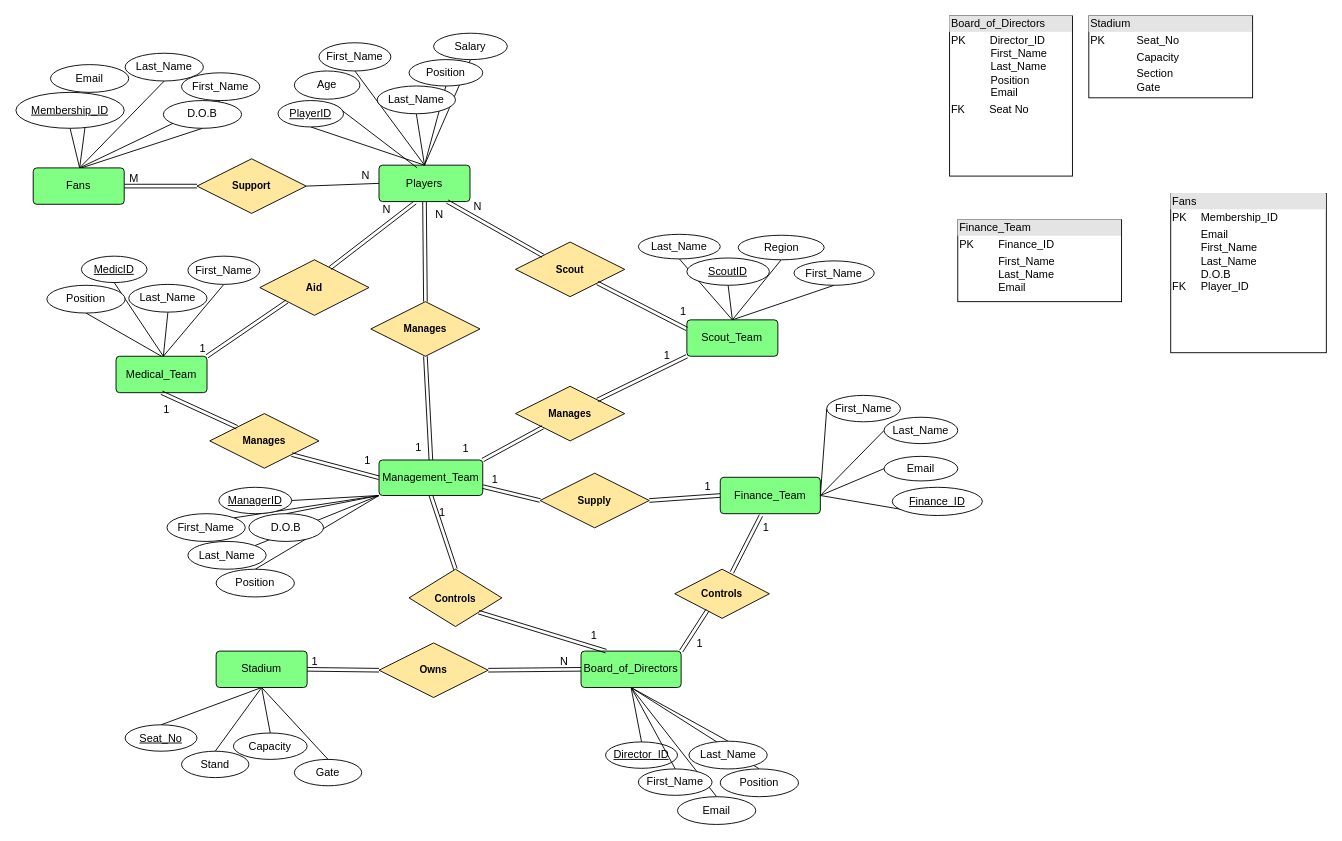
The draw.io diagram ERDiagramupdated.drawio in Smithg8/Databases, before the edit. Source tidied: cells renumbered, new cells numbered last; positions are measured from the earlier drawing's top-left corner, leaving out a move shared by most shapes. Both pictures are drawn from the tidied source at 91%, with x=0, y=0 at pixel (15, 15).
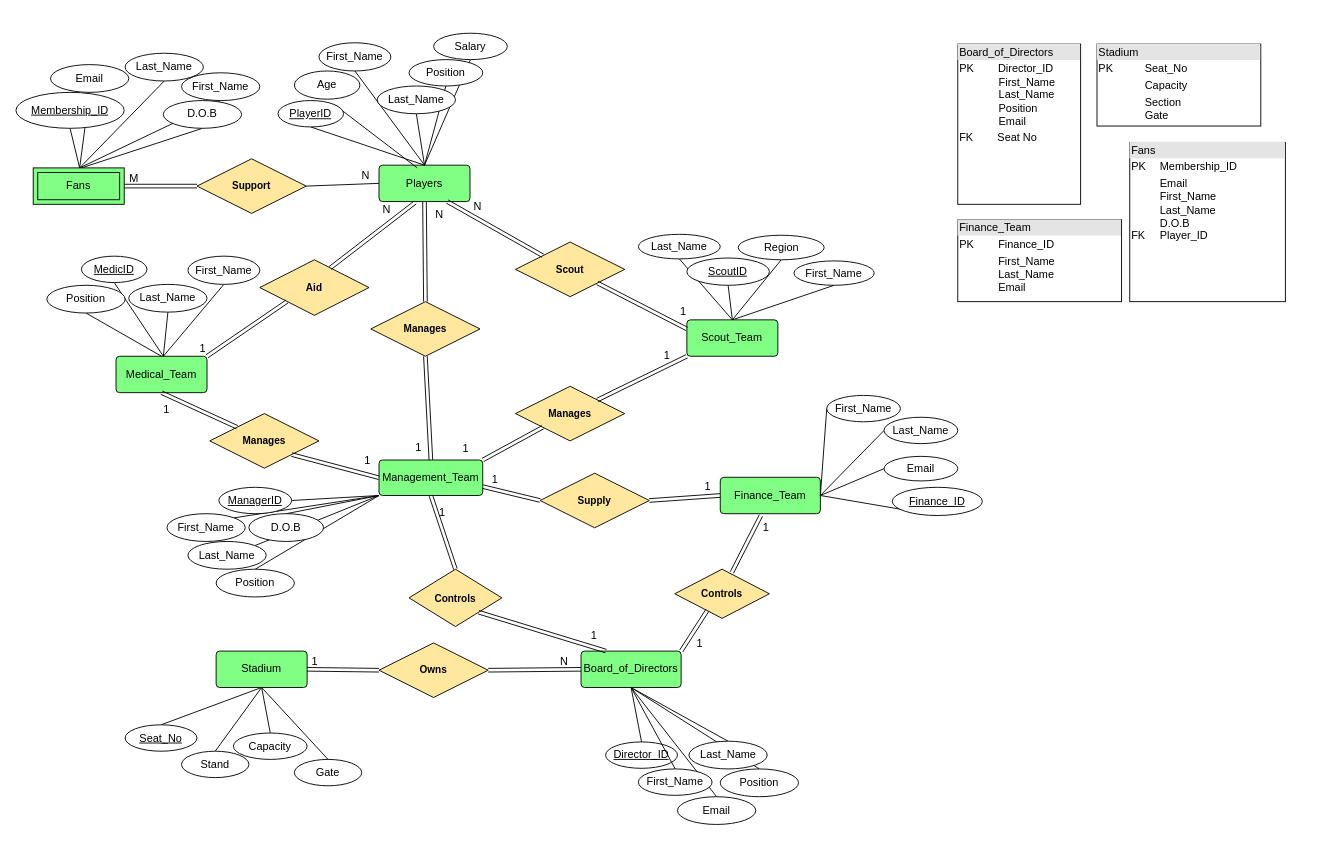
The same page after the edit.

The change refers to these unchanged cells:
```xml
<mxCell id="90" value="Support" style="shape=rhombus;perimeter=rhombusPerimeter;whiteSpace=wrap;html=1;align=center;fontFamily=Helvetica;fontSize=11;fontColor=default;fillColor=#FFE89E;fontStyle=1;" parent="1" vertex="1">
  <mxGeometry x="199" y="157" width="120" height="60" as="geometry" />
</mxCell>
```

Diff of the diagram source:
```diff
@@
-    <mxCell id="88" style="shape=link;html=1;rounded=0;entryX=0;entryY=0.5;entryDx=0;entryDy=0;exitX=1;exitY=0.5;exitDx=0;exitDy=0;" parent="1" edge="1" source="137" target="90">
-      <mxGeometry relative="1" as="geometry" />
+    <mxCell id="88" style="shape=link;html=1;rounded=0;entryX=0;entryY=0.5;entryDx=0;entryDy=0;exitX=1;exitY=0.5;exitDx=0;exitDy=0;" parent="1" edge="1" target="90">
+      <mxGeometry relative="1" as="geometry">
+        <mxPoint x="119" y="187" as="sourcePoint" />
+      </mxGeometry>
     </mxCell>
@@
     <mxCell id="132" value="&lt;div style=&quot;box-sizing:border-box;width:100%;background:#e4e4e4;padding:2px;&quot;&gt;Board_of_Directors&lt;/div&gt;&lt;table style=&quot;width:100%;font-size:1em;&quot; cellpadding=&quot;2&quot; cellspacing=&quot;0&quot;&gt;&lt;tbody&gt;&lt;tr&gt;&lt;td&gt;PK&amp;nbsp; &amp;nbsp; &amp;nbsp; &amp;nbsp; Director_ID&lt;br&gt;&amp;nbsp; &amp;nbsp; &amp;nbsp; &amp;nbsp; &amp;nbsp; &amp;nbsp; &amp;nbsp;First_Name&lt;br&gt;&amp;nbsp; &amp;nbsp; &amp;nbsp; &amp;nbsp; &amp;nbsp; &amp;nbsp; &amp;nbsp;Last_Name&lt;br&gt;&amp;nbsp; &amp;nbsp; &amp;nbsp; &amp;nbsp; &amp;nbsp; &amp;nbsp; &amp;nbsp;Position&lt;br&gt;&amp;nbsp; &amp;nbsp; &amp;nbsp; &amp;nbsp; &amp;nbsp; &amp;nbsp; &amp;nbsp;Email&lt;/td&gt;&lt;td&gt;&lt;/td&gt;&lt;/tr&gt;&lt;tr&gt;&lt;td&gt;FK&amp;nbsp; &amp;nbsp; &amp;nbsp; &amp;nbsp; Seat No&lt;/td&gt;&lt;td&gt;&lt;br&gt;&lt;/td&gt;&lt;/tr&gt;&lt;tr&gt;&lt;td&gt;&lt;/td&gt;&lt;td&gt;&lt;br&gt;&lt;/td&gt;&lt;/tr&gt;&lt;/tbody&gt;&lt;/table&gt;" style="verticalAlign=top;align=left;overflow=fill;html=1;whiteSpace=wrap;" parent="1" vertex="1">
-      <mxGeometry x="1026" width="135" height="176" as="geometry" />
+      <mxGeometry x="1035" y="31" width="135" height="176" as="geometry" />
     </mxCell>
     <mxCell id="133" value="&lt;div style=&quot;box-sizing:border-box;width:100%;background:#e4e4e4;padding:2px;&quot;&gt;Stadium&lt;/div&gt;&lt;table style=&quot;width:100%;font-size:1em;&quot; cellpadding=&quot;2&quot; cellspacing=&quot;0&quot;&gt;&lt;tbody&gt;&lt;tr&gt;&lt;td&gt;PK&lt;/td&gt;&lt;td&gt;Seat_No&lt;/td&gt;&lt;/tr&gt;&lt;tr&gt;&lt;td&gt;&lt;br&gt;&lt;/td&gt;&lt;td&gt;Capacity&lt;/td&gt;&lt;/tr&gt;&lt;tr&gt;&lt;td&gt;&lt;/td&gt;&lt;td&gt;Section&lt;br&gt;Gate&lt;/td&gt;&lt;/tr&gt;&lt;/tbody&gt;&lt;/table&gt;" style="verticalAlign=top;align=left;overflow=fill;html=1;whiteSpace=wrap;" parent="1" vertex="1">
-      <mxGeometry x="1179" width="180" height="90" as="geometry" />
+      <mxGeometry x="1188" y="31" width="180" height="90" as="geometry" />
     </mxCell>
@@
     <mxCell id="136" value="&lt;div style=&quot;box-sizing:border-box;width:100%;background:#e4e4e4;padding:2px;&quot;&gt;Fans&lt;/div&gt;&lt;table style=&quot;width:100%;font-size:1em;&quot; cellpadding=&quot;2&quot; cellspacing=&quot;0&quot;&gt;&lt;tbody&gt;&lt;tr&gt;&lt;td&gt;PK&lt;/td&gt;&lt;td&gt;Membership_ID&lt;br&gt;&lt;/td&gt;&lt;/tr&gt;&lt;tr&gt;&lt;td&gt;FK&lt;/td&gt;&lt;td&gt;Email&lt;br&gt;First_Name&lt;br&gt;Last_Name&lt;br&gt;D.O.B&lt;br&gt;Player_ID&lt;br&gt;&lt;br&gt;&lt;br&gt;&lt;br&gt;&lt;br&gt;&lt;/td&gt;&lt;/tr&gt;&lt;/tbody&gt;&lt;/table&gt;" style="verticalAlign=top;align=left;overflow=fill;html=1;whiteSpace=wrap;" parent="1" vertex="1">
-      <mxGeometry x="1269" y="195.1" width="171" height="175" as="geometry" />
+      <mxGeometry x="1224" y="139" width="171" height="175" as="geometry" />
     </mxCell>
-    <mxCell id="137" value="Fans" style="rounded=1;arcSize=10;whiteSpace=wrap;html=1;align=center;fillColor=#80FF84;" parent="1" vertex="1">
+    <mxCell id="137" value="Fans" style="shape=ext;margin=3;double=1;whiteSpace=wrap;html=1;align=center;fillColor=#80FF84;" parent="1" vertex="1">
       <mxGeometry x="19" y="167" width="100" height="40" as="geometry" />
     </mxCell>
```
